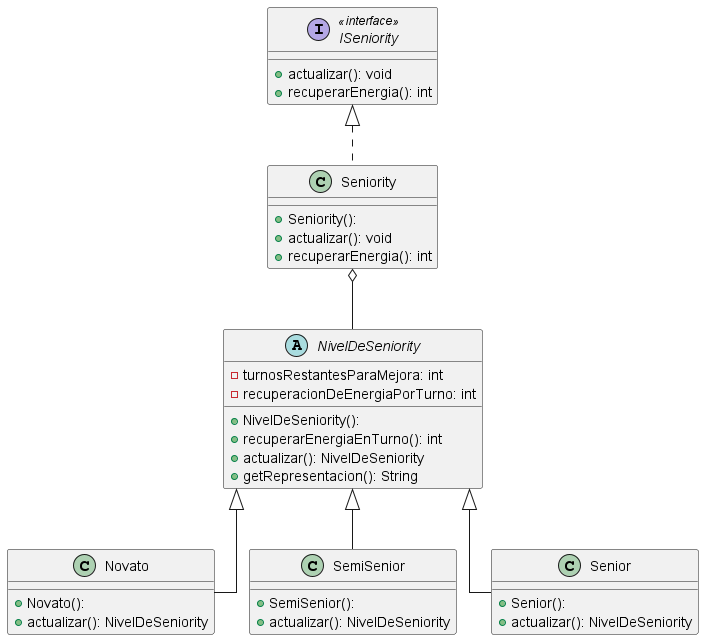
This is diagrams/clases/DiagramasParaInforme/diagrama_seniority.png from mcumskov/Algo3_tp2, a PlantUML export, as it was before one commit.
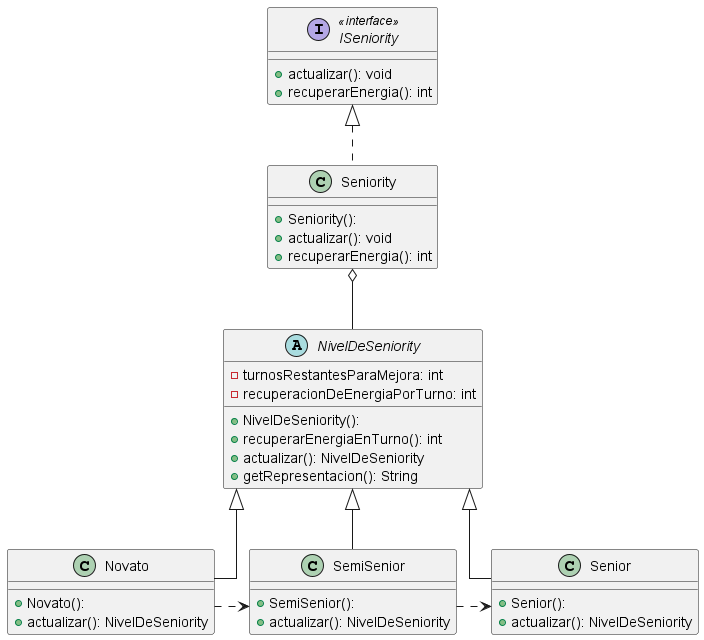
The same diagram one commit later.

Commit message:
agrego diagrama d paquetes

The edit, as a diff of the source:
```diff
@@ -37,6 +37,8 @@
 NivelDeSeniority ^-- Novato
 NivelDeSeniority ^-- SemiSenior
 NivelDeSeniority ^-- Senior
+Novato  .> SemiSenior
+SemiSenior .> Senior
 ISeniority  ^-.   Seniority
 Seniority o-- NivelDeSeniority
 @enduml
```
